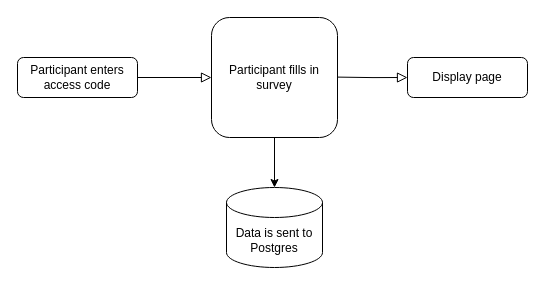
amandali-slac/gamification_survey keeps this draw.io diagram as diagrams/participant_view_general.drawio. Above is the earlier version. Source tidied: cells renumbered, new cells numbered last; positions are measured from the earlier drawing's top-left corner, leaving out a move shared by most shapes. Both pictures are drawn from the tidied source at 100%, with x=0, y=0 at pixel (17, 17).
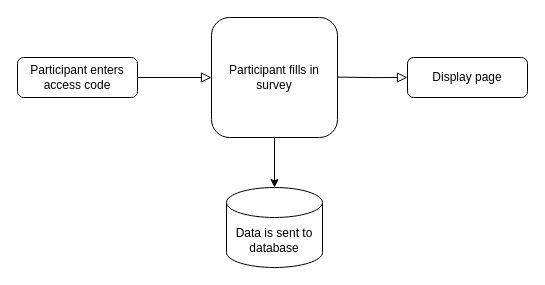
The same page after the edit.

The edit, as a diff of the source:
```diff
@@
 <mxGraphModel>
   <root>
     <mxCell id="0" />
     <mxCell id="1" parent="0" />
     <mxCell id="2" style="rounded=0;html=1;jettySize=auto;fontSize=11;endArrow=block;endFill=0;endSize=8;strokeWidth=1;shadow=0;labelBackgroundColor=none;edgeStyle=orthogonalEdgeStyle;entryX=0;entryY=0.5;entryDx=0;entryDy=0;" parent="1" edge="1" source="3" target="4">
       <mxGeometry relative="1" as="geometry" />
     </mxCell>
     <mxCell id="3" value="Participant enters access code" style="rounded=1;whiteSpace=wrap;html=1;fontSize=12;glass=0;strokeWidth=1;shadow=0;" parent="1" vertex="1">
       <mxGeometry y="40" width="120" height="40" as="geometry" />
     </mxCell>
     <mxCell id="4" value="Participant fills in survey" style="rounded=1;whiteSpace=wrap;html=1;fontSize=12;glass=0;strokeWidth=1;shadow=0;" parent="1" vertex="1">
       <mxGeometry x="194" width="126" height="120" as="geometry" />
     </mxCell>
     <mxCell id="5" value="Display page" style="rounded=1;whiteSpace=wrap;html=1;fontSize=12;glass=0;strokeWidth=1;shadow=0;" parent="1" vertex="1">
       <mxGeometry x="390" y="40" width="120" height="40" as="geometry" />
     </mxCell>
-    <mxCell id="6" value="Data is sent to Postgres" style="shape=cylinder3;whiteSpace=wrap;html=1;boundedLbl=1;backgroundOutline=1;size=15;" parent="1" vertex="1">
+    <mxCell id="6" value="Data is sent to database" style="shape=cylinder3;whiteSpace=wrap;html=1;boundedLbl=1;backgroundOutline=1;size=15;" parent="1" vertex="1">
       <mxGeometry x="209" y="170" width="96" height="80" as="geometry" />
     </mxCell>
     <mxCell id="7" style="edgeStyle=none;jettySize=auto;html=1;rounded=0;exitX=0.5;exitY=1;exitDx=0;exitDy=0;entryX=0.5;entryY=0;entryDx=0;entryDy=0;entryPerimeter=0;" parent="1" edge="1" source="4" target="6">
       <mxGeometry relative="1" as="geometry" />
     </mxCell>
     <mxCell id="8" style="rounded=0;html=1;jettySize=auto;fontSize=11;endArrow=block;endFill=0;endSize=8;strokeWidth=1;shadow=0;labelBackgroundColor=none;edgeStyle=orthogonalEdgeStyle;entryX=0;entryY=0.5;entryDx=0;entryDy=0;" parent="1" edge="1" target="5">
       <mxGeometry relative="1" as="geometry">
         <mxPoint x="320" y="59.6" as="sourcePoint" />
       </mxGeometry>
     </mxCell>
   </root>
 </mxGraphModel>
```
